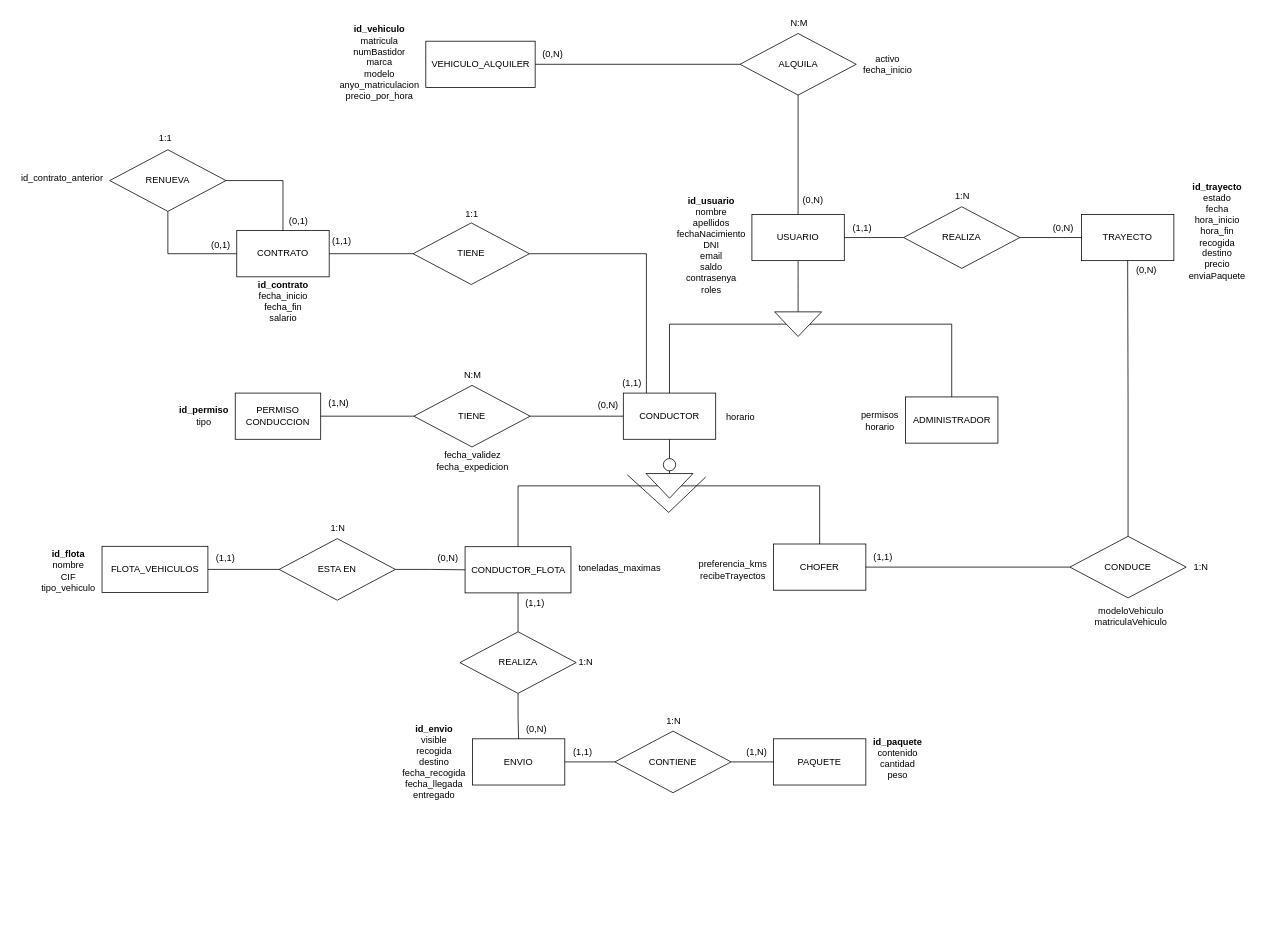
The draw.io diagram Documentation/Diagrams/MER.drawio in Jojo1542/Proyecto-Drivehub, before the edit. Source tidied: cells renumbered, new cells numbered last; positions are measured from the earlier drawing's top-left corner, leaving out a move shared by most shapes. Both pictures are drawn from the tidied source at 77%, with x=0, y=0 at pixel (13, 13).
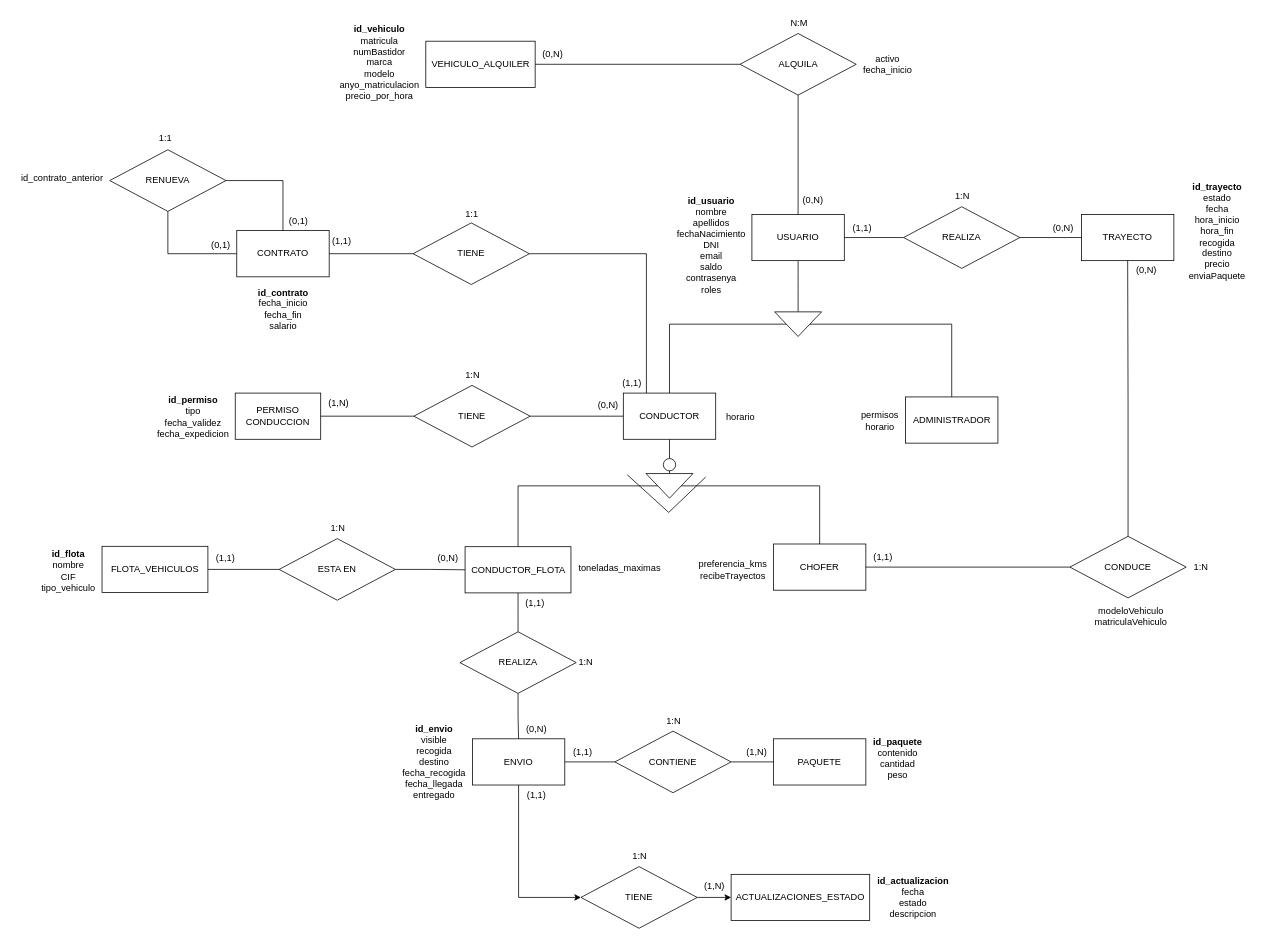
The same page after the edit.

Commit message (it also covers changes not shown here):
docs: updated MER diagram to the new model

The change refers to these unchanged cells:
```xml
<mxCell id="19" value="ENVIO" style="rounded=0;whiteSpace=wrap;html=1;" parent="1" vertex="1">
  <mxGeometry x="596" y="942" width="120" height="60" as="geometry" />
</mxCell>
```

Change to the diagram source:
```diff
@@
-    <mxCell id="10" value="&lt;b&gt;id_permiso&lt;/b&gt;&lt;div&gt;tipo&lt;/div&gt;" style="text;html=1;align=center;verticalAlign=middle;strokeColor=none;fillColor=none;" parent="1" vertex="1">
-      <mxGeometry x="206" y="502.5" width="82" height="41" as="geometry" />
+    <mxCell id="10" value="&lt;b&gt;id_permiso&lt;/b&gt;&lt;div&gt;tipo&lt;/div&gt;&lt;div&gt;&lt;div&gt;fecha_validez&lt;/div&gt;&lt;div&gt;fecha_expedicion&lt;/div&gt;&lt;/div&gt;" style="text;html=1;align=center;verticalAlign=middle;strokeColor=none;fillColor=none;" parent="1" vertex="1">
+      <mxGeometry x="177" y="489" width="111" height="70" as="geometry" />
     </mxCell>
@@
+    <mxCell id="94" style="edgeStyle=orthogonalEdgeStyle;rounded=0;jettySize=auto;html=1;entryX=0;entryY=0.5;entryDx=0;entryDy=0;" parent="1" edge="1" source="19" target="96">
+      <mxGeometry relative="1" as="geometry">
+        <Array as="points">
+          <mxPoint x="656" y="1148" />
+        </Array>
+      </mxGeometry>
+    </mxCell>
@@
-    <mxCell id="28" value="&lt;div&gt;fecha_validez&lt;/div&gt;&lt;div&gt;fecha_expedicion&lt;/div&gt;" style="text;html=1;align=center;verticalAlign=middle;strokeColor=none;fillColor=none;" parent="1" vertex="1">
-      <mxGeometry x="540" y="560" width="111" height="41" as="geometry" />
-    </mxCell>
@@
-    <mxCell id="38" value="N:M" style="text;html=1;align=center;verticalAlign=middle;strokeColor=none;fillColor=none;" parent="1" vertex="1">
-      <mxGeometry x="575.5" y="457" width="40" height="26" as="geometry" />
+    <mxCell id="38" value="1:N" style="text;html=1;align=center;verticalAlign=middle;strokeColor=none;fillColor=none;" parent="1" vertex="1">
+      <mxGeometry x="577.5" y="457" width="37" height="26" as="geometry" />
     </mxCell>
@@
-    <mxCell id="42" value="&lt;div&gt;&lt;div&gt;&lt;b&gt;id_contrato&lt;/b&gt;&lt;/div&gt;&lt;/div&gt;&lt;div&gt;fecha_inicio&lt;/div&gt;&lt;div&gt;fecha_fin&lt;/div&gt;&lt;div&gt;salario&lt;/div&gt;" style="text;html=1;align=center;verticalAlign=middle;strokeColor=none;fillColor=none;" parent="1" vertex="1">
-      <mxGeometry x="308.5" y="339" width="83" height="70" as="geometry" />
+    <mxCell id="42" value="&lt;div&gt;&lt;div&gt;&lt;b&gt;id_contrato&lt;/b&gt;&lt;/div&gt;&lt;/div&gt;&lt;div&gt;fecha_inicio&lt;/div&gt;&lt;div&gt;fecha_fin&lt;/div&gt;&lt;div&gt;&lt;span style=&quot;background-color: initial;&quot;&gt;salario&lt;/span&gt;&lt;br&gt;&lt;/div&gt;" style="text;html=1;align=center;verticalAlign=middle;strokeColor=none;fillColor=none;" parent="1" vertex="1">
+      <mxGeometry x="308.5" y="349" width="83" height="70" as="geometry" />
     </mxCell>
@@
+    <mxCell id="95" style="edgeStyle=orthogonalEdgeStyle;rounded=0;jettySize=auto;html=1;" parent="1" edge="1" source="96" target="97">
+      <mxGeometry relative="1" as="geometry" />
+    </mxCell>
+    <mxCell id="96" value="TIENE" style="rhombus;whiteSpace=wrap;html=1;" parent="1" vertex="1">
+      <mxGeometry x="737" y="1108" width="151" height="80" as="geometry" />
+    </mxCell>
+    <mxCell id="97" value="ACTUALIZACIONES_ESTADO" style="rounded=0;whiteSpace=wrap;html=1;" parent="1" vertex="1">
+      <mxGeometry x="932" y="1118" width="180" height="60" as="geometry" />
+    </mxCell>
+    <mxCell id="98" value="1:N" style="text;html=1;align=center;verticalAlign=middle;strokeColor=none;fillColor=none;" parent="1" vertex="1">
+      <mxGeometry x="794" y="1082" width="37" height="26" as="geometry" />
+    </mxCell>
+    <mxCell id="99" value="(1,1)" style="text;html=1;align=center;verticalAlign=middle;strokeColor=none;fillColor=none;" parent="1" vertex="1">
+      <mxGeometry x="657" y="1002" width="43" height="26" as="geometry" />
+    </mxCell>
+    <mxCell id="100" value="(1,N)" style="text;html=1;align=center;verticalAlign=middle;strokeColor=none;fillColor=none;" parent="1" vertex="1">
+      <mxGeometry x="887" y="1120" width="45" height="26" as="geometry" />
+    </mxCell>
+    <mxCell id="101" value="&lt;b&gt;id_actualizacion&lt;/b&gt;&lt;div&gt;fecha&lt;/div&gt;&lt;div&gt;estado&lt;/div&gt;&lt;div&gt;descripcion&lt;/div&gt;" style="text;html=1;align=center;verticalAlign=middle;strokeColor=none;fillColor=none;" parent="1" vertex="1">
+      <mxGeometry x="1112" y="1113" width="111" height="70" as="geometry" />
+    </mxCell>
```
